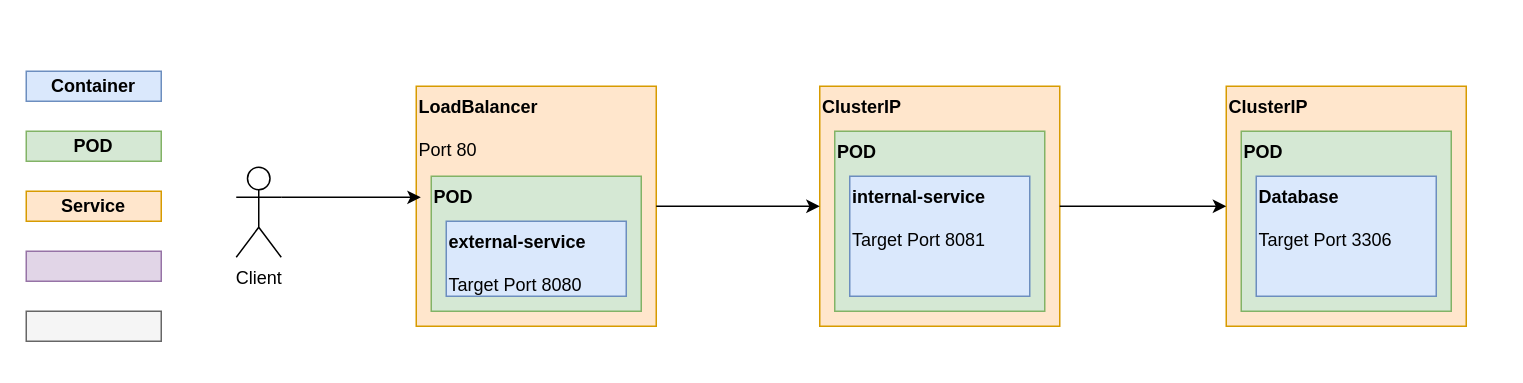
Before: Specification.drawio in PAX523/kubernetes-poc, a draw.io diagram. Source tidied: cells renumbered, new cells numbered last; positions are measured from the earlier drawing's top-left corner, leaving out a move shared by most shapes. Both pictures are drawn from the tidied source at 150%, with x=0, y=0 at pixel (26, 70).
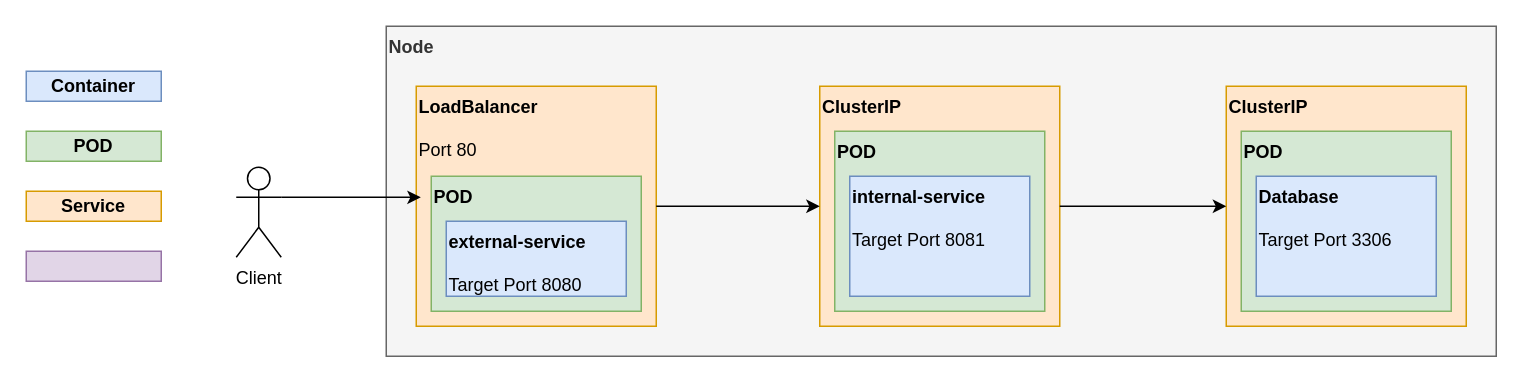
Above is the later version.

Change to the diagram source:
```diff
@@
-    <mxCell id="4" style="text;html=1;strokeColor=#666666;fillColor=#f5f5f5;align=center;verticalAlign=middle;whiteSpace=wrap;rounded=0;fontColor=#333333;" parent="1" vertex="1">
-      <mxGeometry y="160" width="90" height="20" as="geometry" />
+    <mxCell id="4" value="&lt;div align=&quot;left&quot;&gt;&lt;b&gt;Node&lt;/b&gt;&lt;/div&gt;" style="text;html=1;strokeColor=#666666;fillColor=#f5f5f5;align=left;verticalAlign=top;whiteSpace=wrap;rounded=0;fontColor=#333333;" parent="1" vertex="1">
+      <mxGeometry x="240" y="-30" width="740" height="220" as="geometry" />
     </mxCell>
```
